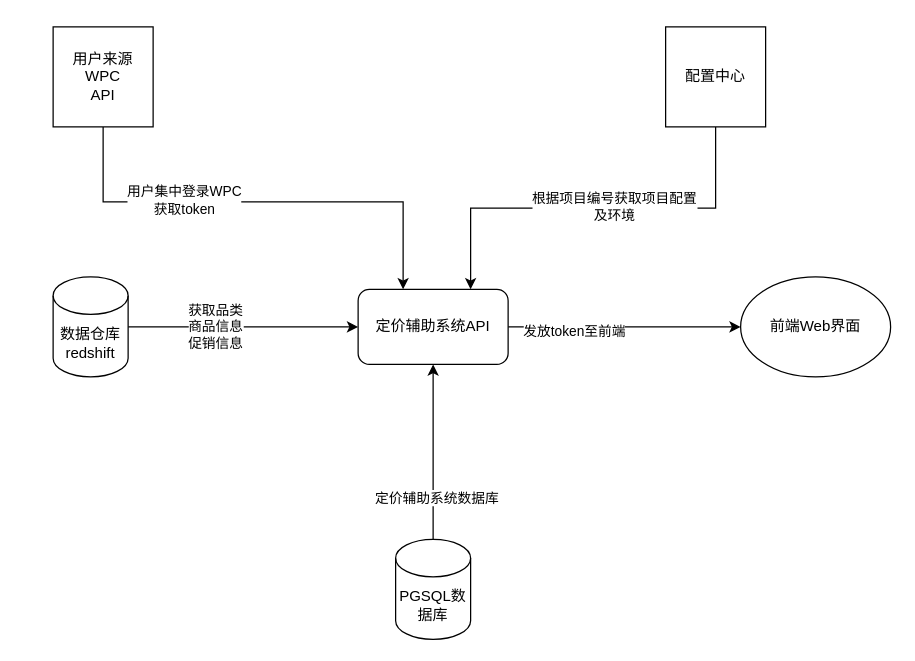
The draw.io diagram 定价辅助系统.drawio in xiaoxin1991/Odoo-App-Auth-OAuth-Keycloak, before the edit. Source tidied: cells renumbered, new cells numbered last; positions are measured from the earlier drawing's top-left corner, leaving out a move shared by most shapes. Both pictures are drawn from the tidied source at 125%, with x=0, y=0 at pixel (52, 26).
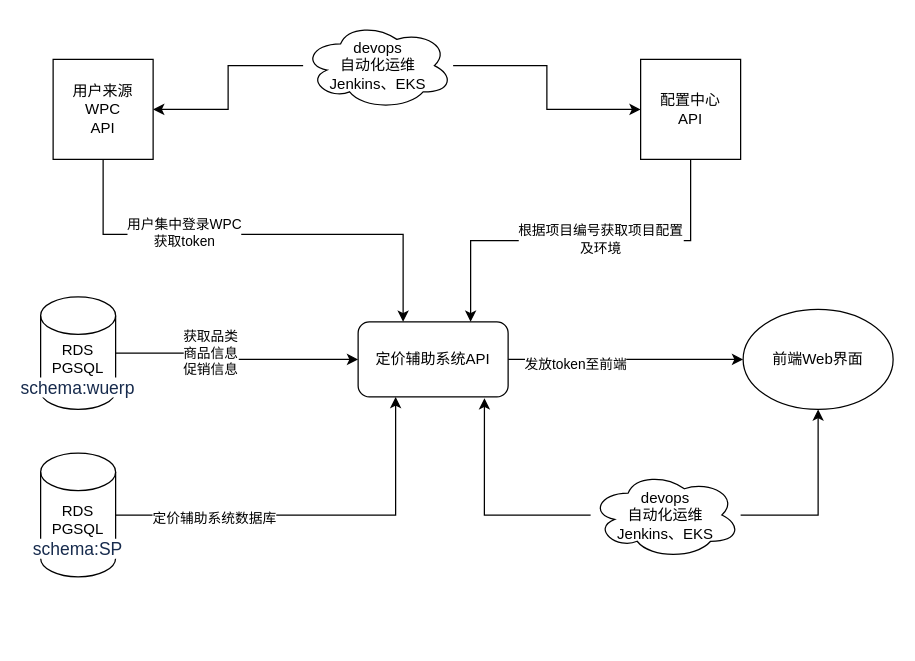
Above is the later version.

Commit message (it also covers changes not shown here):
更新定价辅助系统.drawio

Diff of the diagram source:
```diff
@@
     <mxCell id="2" style="edgeStyle=orthogonalEdgeStyle;rounded=0;jettySize=auto;html=1;" parent="1" edge="1" source="4" target="7">
       <mxGeometry relative="1" as="geometry">
         <Array as="points">
-          <mxPoint x="40" y="140" />
-          <mxPoint x="280" y="140" />
+          <mxPoint x="40" y="166" />
+          <mxPoint x="280" y="166" />
         </Array>
       </mxGeometry>
     </mxCell>
@@
     <mxCell id="4" value="用户来源&lt;br&gt;WPC&lt;br&gt;API" style="whiteSpace=wrap;html=1;" parent="1" vertex="1">
-      <mxGeometry width="80" height="80" as="geometry" />
+      <mxGeometry y="26" width="80" height="80" as="geometry" />
     </mxCell>
     <mxCell id="5" style="edgeStyle=orthogonalEdgeStyle;rounded=0;jettySize=auto;html=1;" parent="1" edge="1" source="7" target="8">
       <mxGeometry relative="1" as="geometry">
         <Array as="points">
-          <mxPoint x="570" y="240" />
+          <mxPoint x="570" y="266" />
         </Array>
       </mxGeometry>
     </mxCell>
@@
     <mxCell id="7" value="定价辅助系统API" style="rounded=1;whiteSpace=wrap;html=1;" parent="1" vertex="1">
-      <mxGeometry x="244" y="210" width="120" height="60" as="geometry" />
+      <mxGeometry x="244" y="236" width="120" height="60" as="geometry" />
     </mxCell>
     <mxCell id="8" value="前端Web界面" style="ellipse;whiteSpace=wrap;html=1;" parent="1" vertex="1">
-      <mxGeometry x="550" y="200" width="120" height="80" as="geometry" />
+      <mxGeometry x="552" y="226" width="120" height="80" as="geometry" />
     </mxCell>
-    <mxCell id="9" style="edgeStyle=orthogonalEdgeStyle;rounded=0;jettySize=auto;html=1;entryX=0.5;entryY=1;entryDx=0;entryDy=0;" parent="1" edge="1" source="11" target="7">
+    <mxCell id="9" style="edgeStyle=orthogonalEdgeStyle;rounded=0;jettySize=auto;html=1;entryX=0.25;entryY=1;entryDx=0;entryDy=0;" parent="1" edge="1" source="11" target="7">
       <mxGeometry relative="1" as="geometry" />
     </mxCell>
@@
-    <mxCell id="11" value="PGSQL数据库" style="shape=cylinder3;whiteSpace=wrap;html=1;boundedLbl=1;backgroundOutline=1;size=15;" parent="1" vertex="1">
-      <mxGeometry x="274" y="410" width="60" height="80" as="geometry" />
+    <mxCell id="11" value="RDS&lt;br&gt;PGSQL&lt;br&gt;&lt;span style=&quot;color: rgb(23 , 43 , 77) ; font-size: 14px ; text-align: left ; background-color: rgb(255 , 255 , 255)&quot;&gt;schema:SP&lt;/span&gt;" style="shape=cylinder3;whiteSpace=wrap;html=1;boundedLbl=1;backgroundOutline=1;size=15;" parent="1" vertex="1">
+      <mxGeometry x="-10" y="341" width="60" height="99" as="geometry" />
     </mxCell>
@@
-    <mxCell id="14" value="配置中心" style="whiteSpace=wrap;html=1;" parent="1" vertex="1">
-      <mxGeometry x="490" width="80" height="80" as="geometry" />
+    <mxCell id="14" value="配置中心&lt;br&gt;API" style="whiteSpace=wrap;html=1;" parent="1" vertex="1">
+      <mxGeometry x="470" y="26" width="80" height="80" as="geometry" />
     </mxCell>
@@
-    <mxCell id="17" value="数据仓库&lt;br&gt;redshift" style="shape=cylinder3;whiteSpace=wrap;html=1;boundedLbl=1;backgroundOutline=1;size=15;" parent="1" vertex="1">
-      <mxGeometry y="200" width="60" height="80" as="geometry" />
+    <mxCell id="17" value="RDS&lt;br&gt;PGSQL&lt;br&gt;&lt;span style=&quot;color: rgb(23 , 43 , 77) ; font-family: , &amp;#34;blinkmacsystemfont&amp;#34; , &amp;#34;segoe ui&amp;#34; , &amp;#34;roboto&amp;#34; , &amp;#34;oxygen&amp;#34; , &amp;#34;ubuntu&amp;#34; , &amp;#34;fira sans&amp;#34; , &amp;#34;droid sans&amp;#34; , &amp;#34;helvetica neue&amp;#34; , sans-serif ; font-size: 14px ; text-align: left ; background-color: rgb(255 , 255 , 255)&quot;&gt;schema:wuerp&lt;/span&gt;" style="shape=cylinder3;whiteSpace=wrap;html=1;boundedLbl=1;backgroundOutline=1;size=15;" parent="1" vertex="1">
+      <mxGeometry x="-10" y="216" width="60" height="90" as="geometry" />
     </mxCell>
+    <mxCell id="18" style="edgeStyle=orthogonalEdgeStyle;rounded=0;jettySize=auto;html=1;entryX=0.842;entryY=1.017;entryDx=0;entryDy=0;entryPerimeter=0;" parent="1" edge="1" source="20" target="7">
+      <mxGeometry relative="1" as="geometry" />
+    </mxCell>
+    <mxCell id="19" style="edgeStyle=orthogonalEdgeStyle;rounded=0;jettySize=auto;html=1;entryX=0.5;entryY=1;entryDx=0;entryDy=0;" parent="1" edge="1" source="20" target="8">
+      <mxGeometry relative="1" as="geometry" />
+    </mxCell>
+    <mxCell id="20" value="devops&lt;br&gt;自动化运维&lt;br&gt;Jenkins、EKS" style="ellipse;shape=cloud;whiteSpace=wrap;html=1;" parent="1" vertex="1">
+      <mxGeometry x="430" y="355.5" width="120" height="70" as="geometry" />
+    </mxCell>
+    <mxCell id="21" style="edgeStyle=orthogonalEdgeStyle;rounded=0;jettySize=auto;html=1;entryX=1;entryY=0.5;entryDx=0;entryDy=0;" parent="1" edge="1" source="23" target="4">
+      <mxGeometry relative="1" as="geometry" />
+    </mxCell>
+    <mxCell id="22" style="edgeStyle=orthogonalEdgeStyle;rounded=0;jettySize=auto;html=1;entryX=0;entryY=0.5;entryDx=0;entryDy=0;" parent="1" edge="1" source="23" target="14">
+      <mxGeometry relative="1" as="geometry" />
+    </mxCell>
+    <mxCell id="23" value="devops&lt;br&gt;自动化运维&lt;br&gt;Jenkins、EKS" style="ellipse;shape=cloud;whiteSpace=wrap;html=1;" parent="1" vertex="1">
+      <mxGeometry x="200" y="-4" width="120" height="70" as="geometry" />
+    </mxCell>
```
